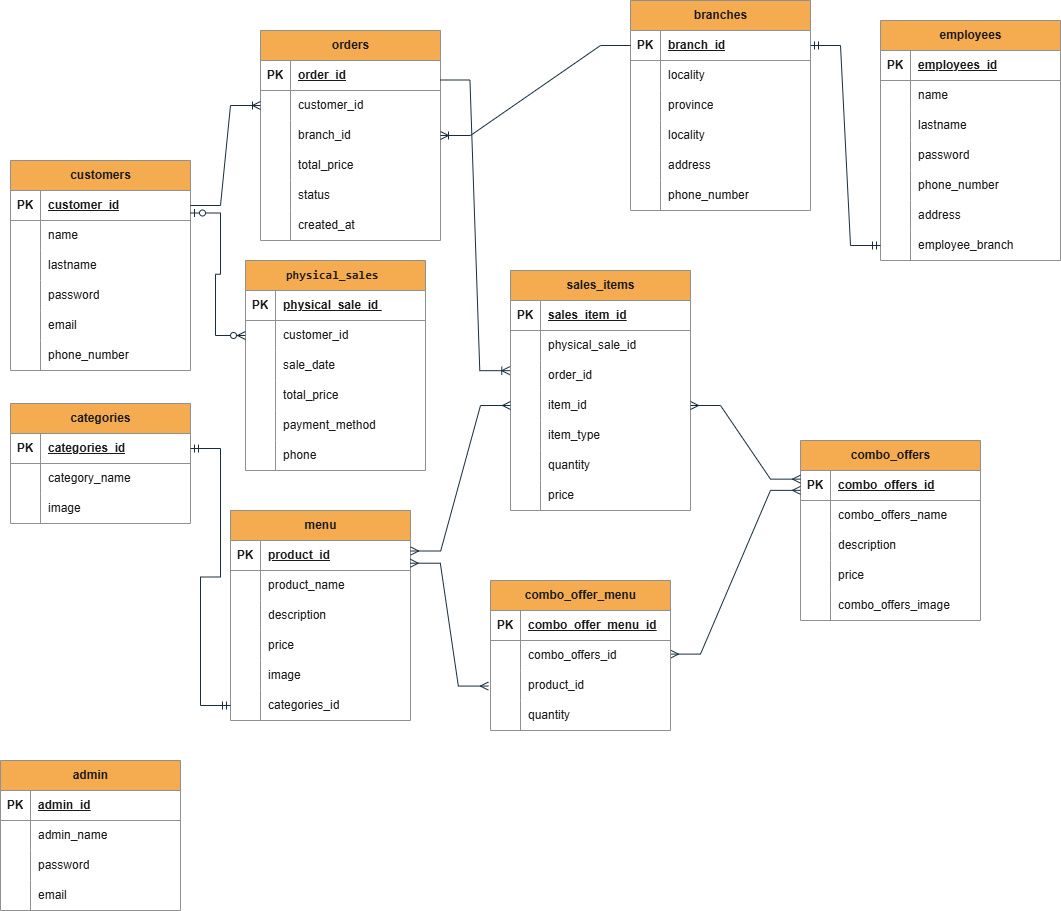
This is diagrams/ER-Pizzeria.png from BruninAlv61/pizzeriaNodejs, a draw.io export, as it was before one commit. Source tidied: cells renumbered, new cells last; positions are measured from the earlier drawing's top-left corner, leaving out a move shared by most shapes.
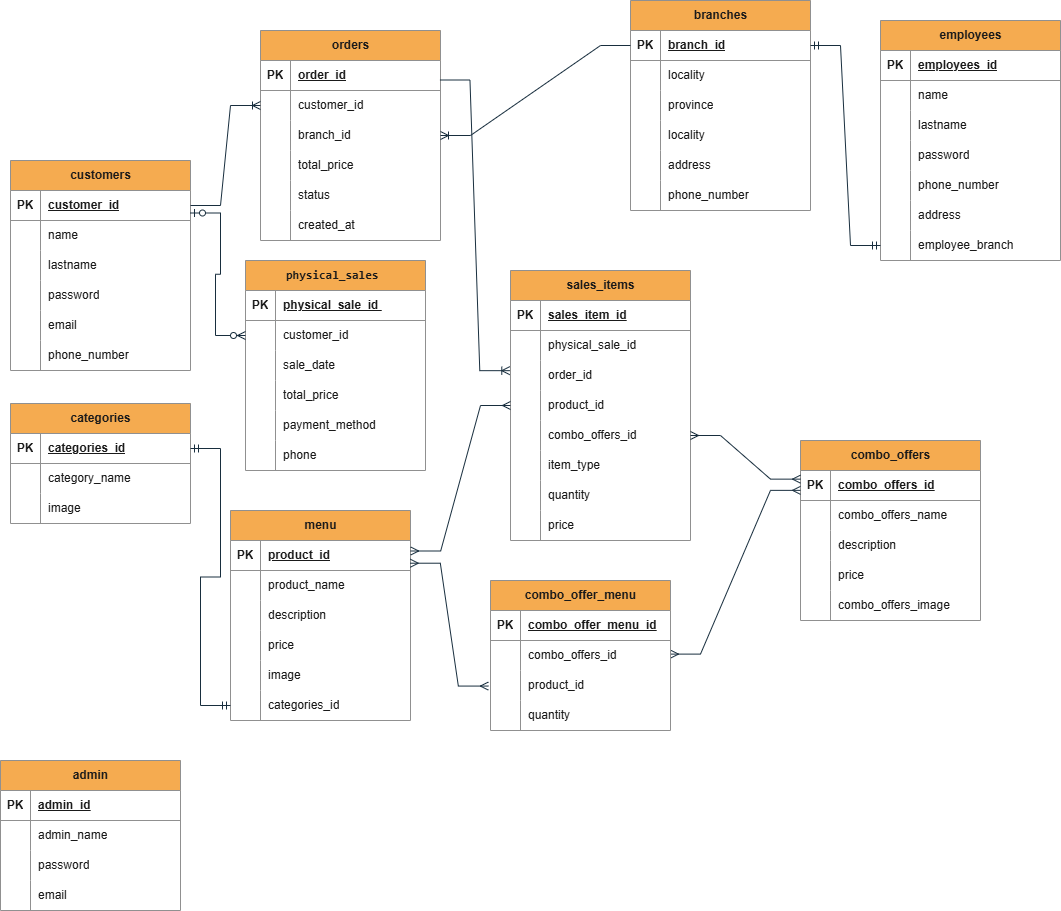
Later version of the same file.

Commit message:
Change in ER, sales-items

What changed in the source:
```diff
@@ -431,7 +431,7 @@
       <mxGeometry relative="1" as="geometry" />
     </mxCell>
     <mxCell id="144" value="sales_items" style="shape=table;startSize=30;rowLines=0;fontStyle=1;align=center;html=1;labelBackgroundColor=none;fillColor=#F5AB50;strokeColor=#909090;fontColor=#1A1A1A;" parent="1" vertex="1">
-      <mxGeometry x="510" y="270" width="180" height="240" as="geometry" />
+      <mxGeometry x="510" y="270" width="180" height="270" as="geometry" />
     </mxCell>
     <mxCell id="145" style="shape=tableRow;horizontal=0;startSize=0;swimlaneHead=0;swimlaneBody=0;fillColor=none;top=0;left=0;right=0;bottom=1;labelBackgroundColor=none;strokeColor=#909090;fontColor=#1A1A1A;" parent="144" vertex="1">
       <mxGeometry y="30" width="180" height="30" as="geometry" />
@@ -466,11 +466,20 @@
     <mxCell id="155" style="shape=partialRectangle;fillColor=none;top=0;left=0;bottom=0;right=0;overflow=hidden;whiteSpace=wrap;html=1;labelBackgroundColor=none;strokeColor=#909090;fontColor=#1A1A1A;" parent="154" vertex="1">
       <mxGeometry width="30" height="30" as="geometry" />
     </mxCell>
-    <mxCell id="156" value="item_id&amp;nbsp;" style="shape=partialRectangle;fillColor=none;top=0;left=0;bottom=0;right=0;align=left;spacingLeft=6;overflow=hidden;whiteSpace=wrap;html=1;labelBackgroundColor=none;strokeColor=#909090;fontColor=#1A1A1A;" parent="154" vertex="1">
+    <mxCell id="156" value="product_id" style="shape=partialRectangle;fillColor=none;top=0;left=0;bottom=0;right=0;align=left;spacingLeft=6;overflow=hidden;whiteSpace=wrap;html=1;labelBackgroundColor=none;strokeColor=#909090;fontColor=#1A1A1A;" parent="154" vertex="1">
       <mxGeometry x="30" width="150" height="30" as="geometry" />
     </mxCell>
+    <mxCell id="203" style="shape=tableRow;horizontal=0;startSize=0;swimlaneHead=0;swimlaneBody=0;fillColor=none;points=[[0,0.5],[1,0.5]];portConstraint=eastwest;top=0;left=0;right=0;bottom=0;labelBackgroundColor=none;strokeColor=#909090;fontColor=#1A1A1A;" parent="144" vertex="1">
+      <mxGeometry y="150" width="180" height="30" as="geometry" />
+    </mxCell>
+    <mxCell id="204" style="shape=partialRectangle;fillColor=none;top=0;left=0;bottom=0;right=0;overflow=hidden;whiteSpace=wrap;html=1;labelBackgroundColor=none;strokeColor=#909090;fontColor=#1A1A1A;" parent="203" vertex="1">
+      <mxGeometry width="30" height="30" as="geometry" />
+    </mxCell>
+    <mxCell id="205" value="combo_offers_id" style="shape=partialRectangle;fillColor=none;top=0;left=0;bottom=0;right=0;align=left;spacingLeft=6;overflow=hidden;whiteSpace=wrap;html=1;labelBackgroundColor=none;strokeColor=#909090;fontColor=#1A1A1A;" parent="203" vertex="1">
+      <mxGeometry x="30" width="150" height="30" as="geometry" />
+    </mxCell>
     <mxCell id="157" style="shape=tableRow;horizontal=0;startSize=0;swimlaneHead=0;swimlaneBody=0;fillColor=none;top=0;left=0;right=0;bottom=0;labelBackgroundColor=none;strokeColor=#909090;fontColor=#1A1A1A;" parent="144" vertex="1">
-      <mxGeometry y="150" width="180" height="30" as="geometry" />
+      <mxGeometry y="180" width="180" height="30" as="geometry" />
     </mxCell>
     <mxCell id="158" style="shape=partialRectangle;fillColor=none;top=0;left=0;bottom=0;right=0;overflow=hidden;whiteSpace=wrap;html=1;labelBackgroundColor=none;strokeColor=#909090;fontColor=#1A1A1A;" parent="157" vertex="1">
       <mxGeometry width="30" height="30" as="geometry" />
@@ -479,7 +488,7 @@
       <mxGeometry x="30" width="150" height="30" as="geometry" />
     </mxCell>
     <mxCell id="160" style="shape=tableRow;horizontal=0;startSize=0;swimlaneHead=0;swimlaneBody=0;fillColor=none;top=0;left=0;right=0;bottom=0;labelBackgroundColor=none;strokeColor=#909090;fontColor=#1A1A1A;" parent="144" vertex="1">
-      <mxGeometry y="180" width="180" height="30" as="geometry" />
+      <mxGeometry y="210" width="180" height="30" as="geometry" />
     </mxCell>
     <mxCell id="161" style="shape=partialRectangle;fillColor=none;top=0;left=0;bottom=0;right=0;overflow=hidden;whiteSpace=wrap;html=1;labelBackgroundColor=none;strokeColor=#909090;fontColor=#1A1A1A;" parent="160" vertex="1">
       <mxGeometry width="30" height="30" as="geometry" />
@@ -488,7 +497,7 @@
       <mxGeometry x="30" width="150" height="30" as="geometry" />
     </mxCell>
     <mxCell id="163" style="shape=tableRow;horizontal=0;startSize=0;swimlaneHead=0;swimlaneBody=0;fillColor=none;top=0;left=0;right=0;bottom=0;labelBackgroundColor=none;strokeColor=#909090;fontColor=#1A1A1A;" parent="144" vertex="1">
-      <mxGeometry y="210" width="180" height="30" as="geometry" />
+      <mxGeometry y="240" width="180" height="30" as="geometry" />
     </mxCell>
     <mxCell id="164" style="shape=partialRectangle;fillColor=none;top=0;left=0;bottom=0;right=0;overflow=hidden;whiteSpace=wrap;html=1;labelBackgroundColor=none;strokeColor=#909090;fontColor=#1A1A1A;" parent="163" vertex="1">
       <mxGeometry width="30" height="30" as="geometry" />
@@ -541,7 +550,7 @@
     <mxCell id="180" style="edgeStyle=entityRelationEdgeStyle;fontSize=12;html=1;endArrow=ERmany;startArrow=ERmany;rounded=0;exitX=1.001;exitY=0.35;exitDx=0;exitDy=0;exitPerimeter=0;entryX=0;entryY=0.5;entryDx=0;entryDy=0;labelBackgroundColor=none;fontColor=default;strokeColor=#182E3E;" parent="1" edge="1" source="16" target="154">
       <mxGeometry relative="1" as="geometry" />
     </mxCell>
-    <mxCell id="181" style="edgeStyle=entityRelationEdgeStyle;fontSize=12;html=1;endArrow=ERmany;startArrow=ERmany;rounded=0;exitX=1;exitY=0.5;exitDx=0;exitDy=0;entryX=0;entryY=0.288;entryDx=0;entryDy=0;entryPerimeter=0;labelBackgroundColor=none;fontColor=default;strokeColor=#182E3E;" parent="1" edge="1" source="154" target="64">
+    <mxCell id="181" style="edgeStyle=entityRelationEdgeStyle;fontSize=12;html=1;endArrow=ERmany;startArrow=ERmany;rounded=0;entryX=0;entryY=0.288;entryDx=0;entryDy=0;entryPerimeter=0;labelBackgroundColor=none;fontColor=default;strokeColor=#182E3E;exitX=1;exitY=0.5;exitDx=0;exitDy=0;" parent="1" edge="1" source="203" target="64">
       <mxGeometry relative="1" as="geometry">
         <Array as="points">
           <mxPoint x="820" y="293" />
```
